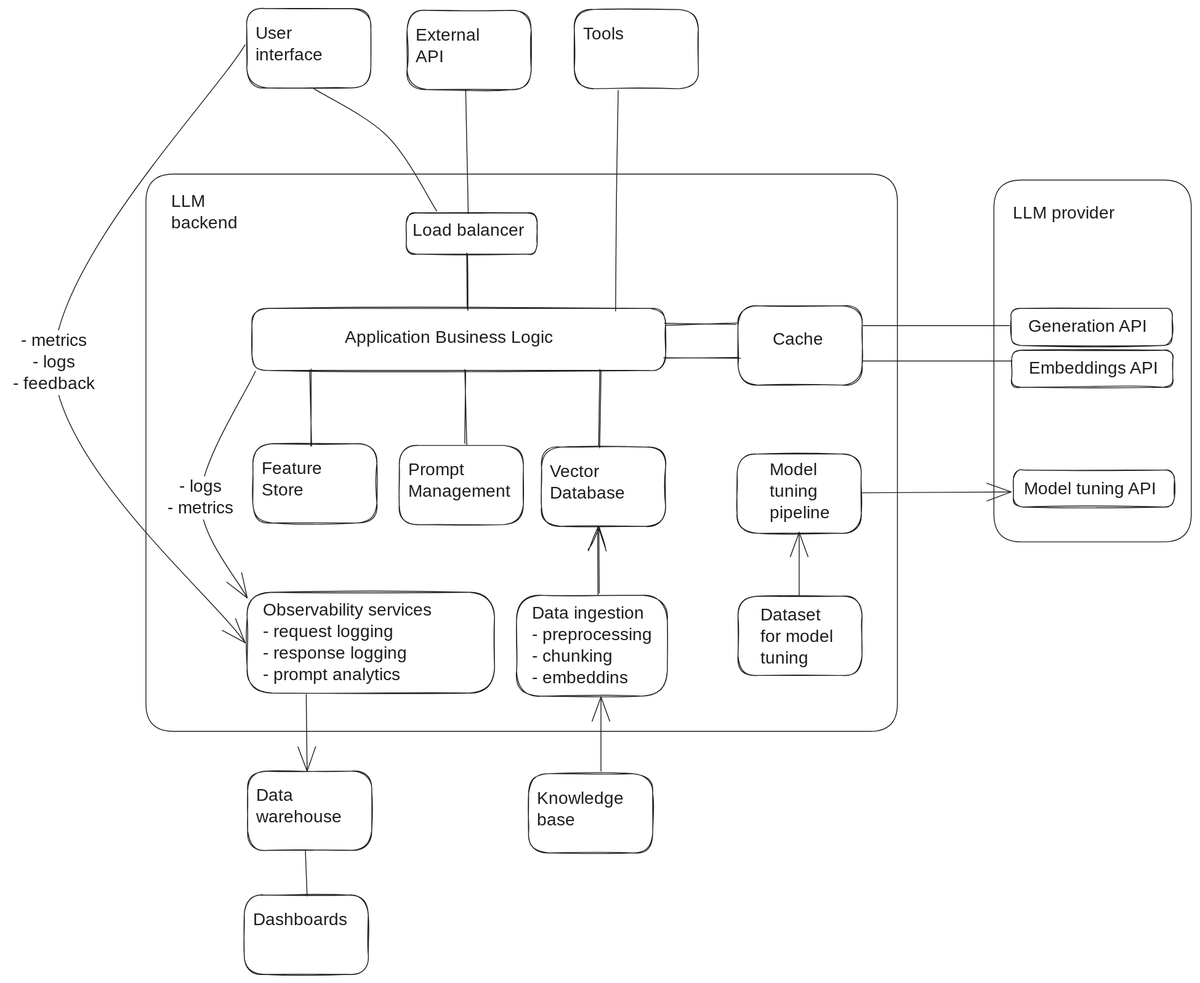
Earlier version of the Excalidraw export content/docs/devops/blueprints/llm-closed-source.excalidraw.svg (dpurge/dpurge.github.io). Source tidied: one line per element, renumbered; positions are measured from the earlier drawing's top-left corner, leaving out a move shared by most shapes. Source of this version:
```json
{"id": 0, "type": "rectangle", "strokeColor": "#1e1e1e", "strokeWidth": 1, "roughness": 1, "round": true, "x": 282, "y": 348, "width": 480, "height": 72}
{"id": 1, "type": "text", "text": "Application Business Logic", "strokeColor": "#1e1e1e", "strokeWidth": 1, "roughness": 1, "fontSize": 20, "fontFamily": 1, "x": 390, "y": 370, "width": 253, "height": 25}
{"id": 2, "type": "rectangle", "strokeColor": "#1e1e1e", "strokeWidth": 1, "roughness": 1, "round": true, "x": 283, "y": 505, "width": 144, "height": 92}
{"id": 3, "type": "text", "text": "Feature\nStore", "strokeColor": "#1e1e1e", "strokeWidth": 1, "roughness": 1, "fontSize": 20, "fontFamily": 1, "x": 293, "y": 522, "width": 78, "height": 50}
{"id": 4, "type": "rectangle", "strokeColor": "#1e1e1e", "strokeWidth": 1, "roughness": 1, "round": true, "x": 453, "y": 507, "width": 144, "height": 92}
{"id": 5, "type": "text", "text": "Prompt\nManagement", "strokeColor": "#1e1e1e", "strokeWidth": 1, "roughness": 1, "fontSize": 20, "fontFamily": 1, "x": 463, "y": 524, "width": 117, "height": 50}
{"id": 6, "type": "rectangle", "strokeColor": "#1e1e1e", "strokeWidth": 1, "roughness": 1, "round": true, "x": 618, "y": 509, "width": 144, "height": 92}
{"id": 7, "type": "text", "text": "Vector\nDatabase", "strokeColor": "#1e1e1e", "strokeWidth": 1, "roughness": 1, "fontSize": 20, "fontFamily": 1, "x": 628, "y": 526, "width": 99, "height": 50}
{"id": 8, "type": "text", "text": "Data ingestion\n- preprocessing\n- chunking\n- embeddins", "strokeColor": "#1e1e1e", "strokeWidth": 1, "roughness": 1, "fontSize": 20, "fontFamily": 1, "x": 607, "y": 690, "width": 145, "height": 100}
{"id": 9, "type": "rectangle", "strokeColor": "#1e1e1e", "strokeWidth": 1, "roughness": 1, "round": true, "x": 589, "y": 681, "width": 175, "height": 117}
{"id": 10, "type": "text", "text": "Observability services\n- request logging\n- response logging\n- prompt analytics", "strokeColor": "#1e1e1e", "strokeWidth": 1, "roughness": 1, "fontSize": 20, "fontFamily": 1, "x": 295, "y": 686, "width": 211, "height": 100}
{"id": 11, "type": "rectangle", "strokeColor": "#1e1e1e", "strokeWidth": 1, "roughness": 1, "round": true, "x": 277, "y": 678, "width": 287, "height": 117}
{"id": 12, "type": "rectangle", "strokeColor": "#1e1e1e", "strokeWidth": 1, "roughness": 1, "round": true, "x": 846, "y": 345, "width": 144, "height": 92}
{"id": 13, "type": "text", "text": "Cache", "strokeColor": "#1e1e1e", "strokeWidth": 1, "roughness": 1, "fontSize": 20, "fontFamily": 1, "x": 886, "y": 372, "width": 57, "height": 25}
{"id": 14, "type": "rectangle", "strokeColor": "#1e1e1e", "strokeWidth": 1, "roughness": 1, "round": true, "x": 845, "y": 517, "width": 144, "height": 92}
{"id": 15, "type": "text", "text": "Model\ntuning\npipeline", "strokeColor": "#1e1e1e", "strokeWidth": 1, "roughness": 1, "fontSize": 20, "fontFamily": 1, "x": 883, "y": 524, "width": 65, "height": 75}
{"id": 16, "type": "rectangle", "strokeColor": "#1e1e1e", "strokeWidth": 1, "roughness": 1, "round": true, "x": 846, "y": 682, "width": 144, "height": 92}
{"id": 17, "type": "text", "text": "Dataset\nfor model\ntuning", "strokeColor": "#1e1e1e", "strokeWidth": 1, "roughness": 1, "fontSize": 20, "fontFamily": 1, "x": 872, "y": 692, "width": 91, "height": 75}
{"id": 18, "type": "rectangle", "strokeColor": "#1e1e1e", "strokeWidth": 1, "roughness": 1, "round": true, "x": 461, "y": 237, "width": 152, "height": 48}
{"id": 19, "type": "text", "text": "Load balancer", "strokeColor": "#1e1e1e", "strokeWidth": 1, "roughness": 1, "fontSize": 20, "fontFamily": 1, "x": 468, "y": 246, "width": 139, "height": 25}
{"id": 20, "type": "line", "strokeColor": "#1e1e1e", "strokeWidth": 1, "roughness": 1, "round": true, "x": 350, "y": 420, "width": 1, "height": 88, "points": [[0, 0], [1, 88]]}
{"id": 21, "type": "line", "strokeColor": "#1e1e1e", "strokeWidth": 1, "roughness": 1, "round": true, "x": 529, "y": 420, "width": 1, "height": 85, "points": [[0, 0], [1, 85]]}
{"id": 22, "type": "line", "strokeColor": "#1e1e1e", "strokeWidth": 1, "roughness": 1, "round": true, "x": 687, "y": 420, "width": 1, "height": 89, "points": [[0, 0], [-1, 89]]}
{"id": 23, "type": "arrow", "strokeColor": "#1e1e1e", "strokeWidth": 1, "roughness": 1, "endArrowhead": "arrow", "round": true, "from": 9, "to": 6, "x": 685, "y": 679, "width": 0, "height": 78, "points": [[0, 0], [0, -78]]}
{"id": 24, "type": "line", "strokeColor": "#1e1e1e", "strokeWidth": 1, "roughness": 1, "round": true, "x": 531, "y": 285, "width": 1, "height": 65, "points": [[0, 0], [1, 65]]}
{"id": 25, "type": "line", "strokeColor": "#1e1e1e", "strokeWidth": 1, "roughness": 1, "round": true, "x": 762, "y": 366, "width": 83, "height": 0, "points": [[0, 0], [83, 0]]}
{"id": 26, "type": "line", "strokeColor": "#1e1e1e", "strokeWidth": 1, "roughness": 1, "round": true, "x": 760, "y": 405, "width": 88, "height": 1, "points": [[0, 0], [88, 1]]}
{"id": 27, "type": "arrow", "strokeColor": "#1e1e1e", "strokeWidth": 1, "roughness": 0, "endArrowhead": "arrow", "round": true, "from": 0, "to": 10, "x": 286, "y": 421, "width": 64, "height": 263, "points": [[0, 0], [-64, 147], [-9, 263]]}
{"id": 28, "type": "text", "text": "- logs\n- metrics", "strokeColor": "#1e1e1e", "strokeWidth": 1, "roughness": 0, "fontSize": 20, "fontFamily": 1, "textAlign": "center", "verticalAlign": "middle", "inside": 27, "x": 179, "y": 543, "width": 87, "height": 50}
{"id": 29, "type": "arrow", "strokeColor": "#1e1e1e", "strokeWidth": 1, "roughness": 0, "endArrowhead": "arrow", "round": true, "from": 17, "to": 15, "x": 917, "y": 682, "width": 0, "height": 74, "points": [[0, 0], [0, -74]]}
{"id": 30, "type": "rectangle", "strokeColor": "#1e1e1e", "strokeWidth": 1, "roughness": 0, "round": true, "x": 159, "y": 192, "width": 872, "height": 647}
{"id": 31, "type": "text", "text": "LLM\nbackend", "strokeColor": "#1e1e1e", "strokeWidth": 1, "roughness": 0, "fontSize": 20, "fontFamily": 1, "x": 188, "y": 212, "width": 75, "height": 50}
{"id": 32, "type": "rectangle", "strokeColor": "#1e1e1e", "strokeWidth": 1, "roughness": 1, "round": true, "x": 1163, "y": 348, "width": 187, "height": 43}
{"id": 33, "type": "text", "text": "Generation API", "strokeColor": "#1e1e1e", "strokeWidth": 1, "roughness": 1, "fontSize": 20, "fontFamily": 1, "x": 1183, "y": 357, "width": 152, "height": 25}
{"id": 34, "type": "rectangle", "strokeColor": "#1e1e1e", "strokeWidth": 1, "roughness": 1, "round": true, "x": 1164, "y": 396, "width": 187, "height": 43}
{"id": 35, "type": "text", "text": "Embeddings API", "strokeColor": "#1e1e1e", "strokeWidth": 1, "roughness": 1, "fontSize": 20, "fontFamily": 1, "x": 1184, "y": 406, "width": 152, "height": 25}
{"id": 36, "type": "rectangle", "strokeColor": "#1e1e1e", "strokeWidth": 1, "roughness": 1, "round": true, "x": 1166, "y": 536, "width": 187, "height": 43}
{"id": 37, "type": "text", "text": "Model tuning API", "strokeColor": "#1e1e1e", "strokeWidth": 1, "roughness": 1, "fontSize": 20, "fontFamily": 1, "x": 1178, "y": 546, "width": 167, "height": 25}
{"id": 38, "type": "rectangle", "strokeColor": "#1e1e1e", "strokeWidth": 1, "roughness": 0, "round": true, "x": 1143, "y": 199, "width": 229, "height": 420}
{"id": 39, "type": "text", "text": "LLM provider", "strokeColor": "#1e1e1e", "strokeWidth": 1, "roughness": 0, "fontSize": 20, "fontFamily": 1, "x": 1165, "y": 226, "width": 125, "height": 25}
{"id": 40, "type": "line", "strokeColor": "#1e1e1e", "strokeWidth": 1, "roughness": 0, "round": true, "x": 991, "y": 368, "width": 170, "height": 0, "points": [[0, 0], [170, 0]]}
{"id": 41, "type": "line", "strokeColor": "#1e1e1e", "strokeWidth": 1, "roughness": 0, "round": true, "x": 991, "y": 409, "width": 173, "height": 0, "points": [[0, 0], [173, 0]]}
{"id": 42, "type": "arrow", "strokeColor": "#1e1e1e", "strokeWidth": 1, "roughness": 0, "endArrowhead": "arrow", "round": true, "from": 14, "to": 37, "x": 989, "y": 562, "width": 174, "height": 1, "points": [[0, 0], [174, -1]]}
{"id": 43, "type": "rectangle", "strokeColor": "#1e1e1e", "strokeWidth": 1, "roughness": 1, "round": true, "x": 277, "y": 885, "width": 144, "height": 92}
{"id": 44, "type": "text", "text": "Data\nwarehouse", "strokeColor": "#1e1e1e", "strokeWidth": 1, "roughness": 1, "fontSize": 20, "fontFamily": 1, "x": 287, "y": 902, "width": 99, "height": 50}
{"id": 45, "type": "rectangle", "strokeColor": "#1e1e1e", "strokeWidth": 1, "roughness": 1, "round": true, "x": 603, "y": 888, "width": 144, "height": 92}
{"id": 46, "type": "text", "text": "Knowledge\nbase", "strokeColor": "#1e1e1e", "strokeWidth": 1, "roughness": 1, "fontSize": 20, "fontFamily": 1, "x": 613, "y": 905, "width": 93, "height": 50}
{"id": 47, "type": "arrow", "strokeColor": "#1e1e1e", "strokeWidth": 1, "roughness": 0, "endArrowhead": "arrow", "round": true, "from": 45, "to": 9, "x": 687, "y": 885, "width": 0, "height": 86, "points": [[0, 0], [0, -86]]}
{"id": 48, "type": "rectangle", "strokeColor": "#1e1e1e", "strokeWidth": 1, "roughness": 1, "round": true, "x": 273, "y": 1029, "width": 144, "height": 92}
{"id": 49, "type": "text", "text": "Dashboards", "strokeColor": "#1e1e1e", "strokeWidth": 1, "roughness": 1, "fontSize": 20, "fontFamily": 1, "x": 283, "y": 1046, "width": 115, "height": 25}
{"id": 50, "type": "rectangle", "strokeColor": "#1e1e1e", "strokeWidth": 1, "roughness": 1, "round": true, "x": 276, "y": 0, "width": 144, "height": 92}
{"id": 51, "type": "text", "text": "User\ninterface", "strokeColor": "#1e1e1e", "strokeWidth": 1, "roughness": 1, "fontSize": 20, "fontFamily": 1, "x": 286, "y": 17, "width": 89, "height": 50}
{"id": 52, "type": "rectangle", "strokeColor": "#1e1e1e", "strokeWidth": 1, "roughness": 1, "round": true, "x": 462, "y": 2, "width": 144, "height": 92}
{"id": 53, "type": "text", "text": "External\nAPI", "strokeColor": "#1e1e1e", "strokeWidth": 1, "roughness": 1, "fontSize": 20, "fontFamily": 1, "x": 472, "y": 19, "width": 83, "height": 50}
{"id": 54, "type": "rectangle", "strokeColor": "#1e1e1e", "strokeWidth": 1, "roughness": 1, "round": true, "x": 656, "y": 1, "width": 144, "height": 92}
{"id": 55, "type": "text", "text": "Tools", "strokeColor": "#1e1e1e", "strokeWidth": 1, "roughness": 1, "fontSize": 20, "fontFamily": 1, "x": 666, "y": 18, "width": 54, "height": 25}
{"id": 56, "type": "line", "strokeColor": "#1e1e1e", "strokeWidth": 1, "roughness": 0, "round": true, "x": 354, "y": 93, "width": 142, "height": 142, "points": [[0, 0], [85, 55], [142, 142]]}
{"id": 57, "type": "line", "strokeColor": "#1e1e1e", "strokeWidth": 1, "roughness": 0, "round": true, "x": 530, "y": 94, "width": 3, "height": 144, "points": [[0, 0], [3, 144]]}
{"id": 58, "type": "line", "strokeColor": "#1e1e1e", "strokeWidth": 1, "roughness": 0, "round": true, "x": 707, "y": 95, "width": 3, "height": 256, "points": [[0, 0], [-2, 123], [-3, 256]]}
{"id": 59, "type": "arrow", "strokeColor": "#1e1e1e", "strokeWidth": 1, "roughness": 0, "endArrowhead": "arrow", "round": true, "from": 51, "to": 11, "x": 274, "y": 42, "width": 222, "height": 694, "points": [[0, 0], [-222, 369], [0, 694]]}
{"id": 60, "type": "text", "text": "- metrics\n- logs\n- feedback", "strokeColor": "#1e1e1e", "strokeWidth": 1, "roughness": 0, "fontSize": 20, "fontFamily": 1, "textAlign": "center", "verticalAlign": "middle", "inside": 59, "x": 0, "y": 374, "width": 104, "height": 75}
{"id": 61, "type": "arrow", "strokeColor": "#1e1e1e", "strokeWidth": 1, "roughness": 0, "endArrowhead": "arrow", "round": true, "from": 11, "to": 43, "x": 345, "y": 796, "width": 1, "height": 89, "points": [[0, 0], [1, 89]]}
{"id": 62, "type": "line", "strokeColor": "#1e1e1e", "strokeWidth": 1, "roughness": 0, "round": true, "x": 344, "y": 977, "width": 2, "height": 53, "points": [[0, 0], [2, 53]]}
```
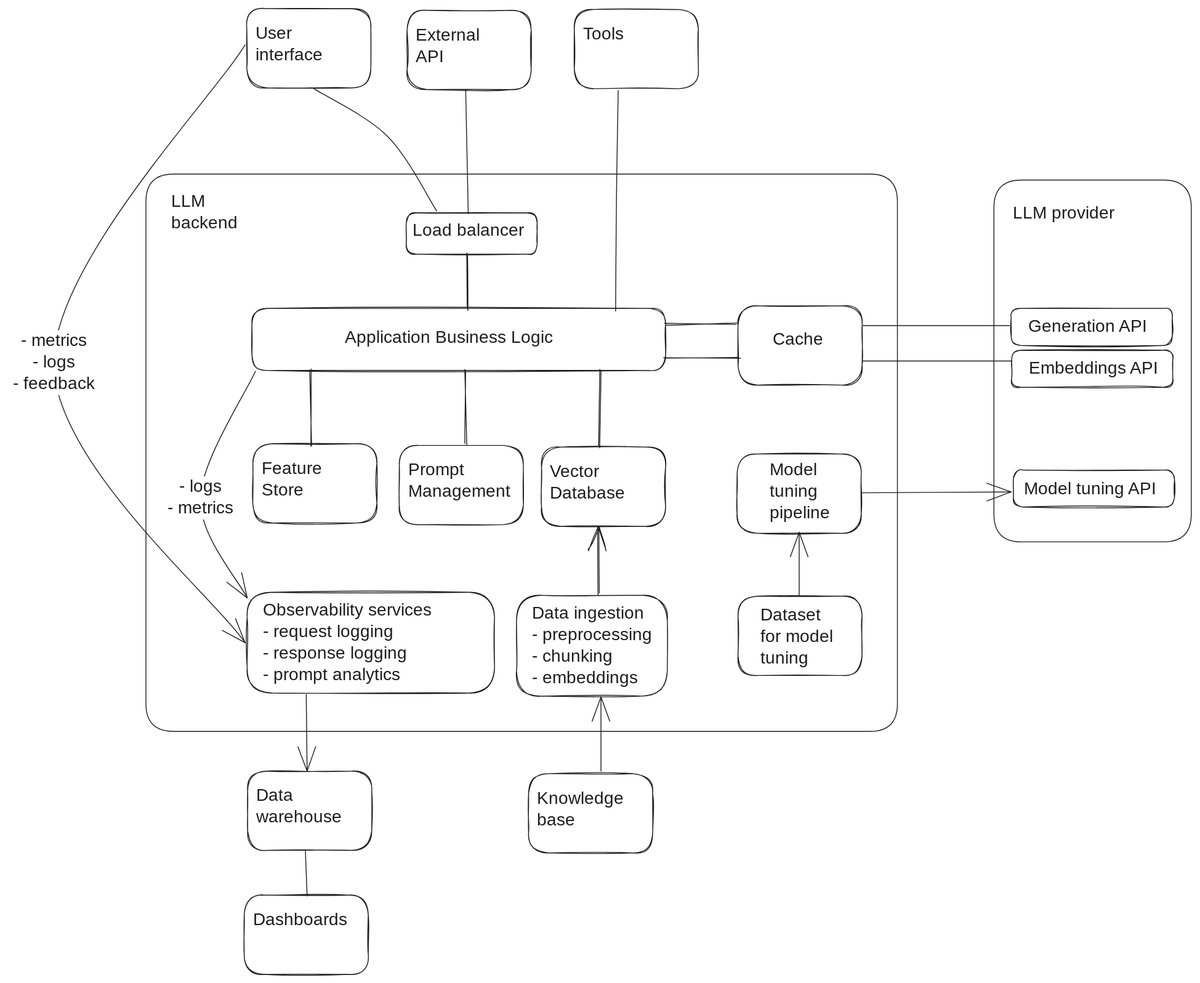
The same diagram one commit later.

Commit message:
LLM platform

The edit, as a diff of the source:
```diff
@@ -6,7 +6,7 @@
 {"id": 5, "type": "text", "text": "Prompt\nManagement", "strokeColor": "#1e1e1e", "strokeWidth": 1, "roughness": 1, "fontSize": 20, "fontFamily": 1, "x": 463, "y": 524, "width": 117, "height": 50}
 {"id": 6, "type": "rectangle", "strokeColor": "#1e1e1e", "strokeWidth": 1, "roughness": 1, "round": true, "x": 618, "y": 509, "width": 144, "height": 92}
 {"id": 7, "type": "text", "text": "Vector\nDatabase", "strokeColor": "#1e1e1e", "strokeWidth": 1, "roughness": 1, "fontSize": 20, "fontFamily": 1, "x": 628, "y": 526, "width": 99, "height": 50}
-{"id": 8, "type": "text", "text": "Data ingestion\n- preprocessing\n- chunking\n- embeddins", "strokeColor": "#1e1e1e", "strokeWidth": 1, "roughness": 1, "fontSize": 20, "fontFamily": 1, "x": 607, "y": 690, "width": 145, "height": 100}
+{"id": 8, "type": "text", "text": "Data ingestion\n- preprocessing\n- chunking\n- embeddings", "strokeColor": "#1e1e1e", "strokeWidth": 1, "roughness": 1, "fontSize": 20, "fontFamily": 1, "x": 607, "y": 690, "width": 145, "height": 100}
 {"id": 9, "type": "rectangle", "strokeColor": "#1e1e1e", "strokeWidth": 1, "roughness": 1, "round": true, "x": 589, "y": 681, "width": 175, "height": 117}
 {"id": 10, "type": "text", "text": "Observability services\n- request logging\n- response logging\n- prompt analytics", "strokeColor": "#1e1e1e", "strokeWidth": 1, "roughness": 1, "fontSize": 20, "fontFamily": 1, "x": 295, "y": 686, "width": 211, "height": 100}
 {"id": 11, "type": "rectangle", "strokeColor": "#1e1e1e", "strokeWidth": 1, "roughness": 1, "round": true, "x": 277, "y": 678, "width": 287, "height": 117}
```
